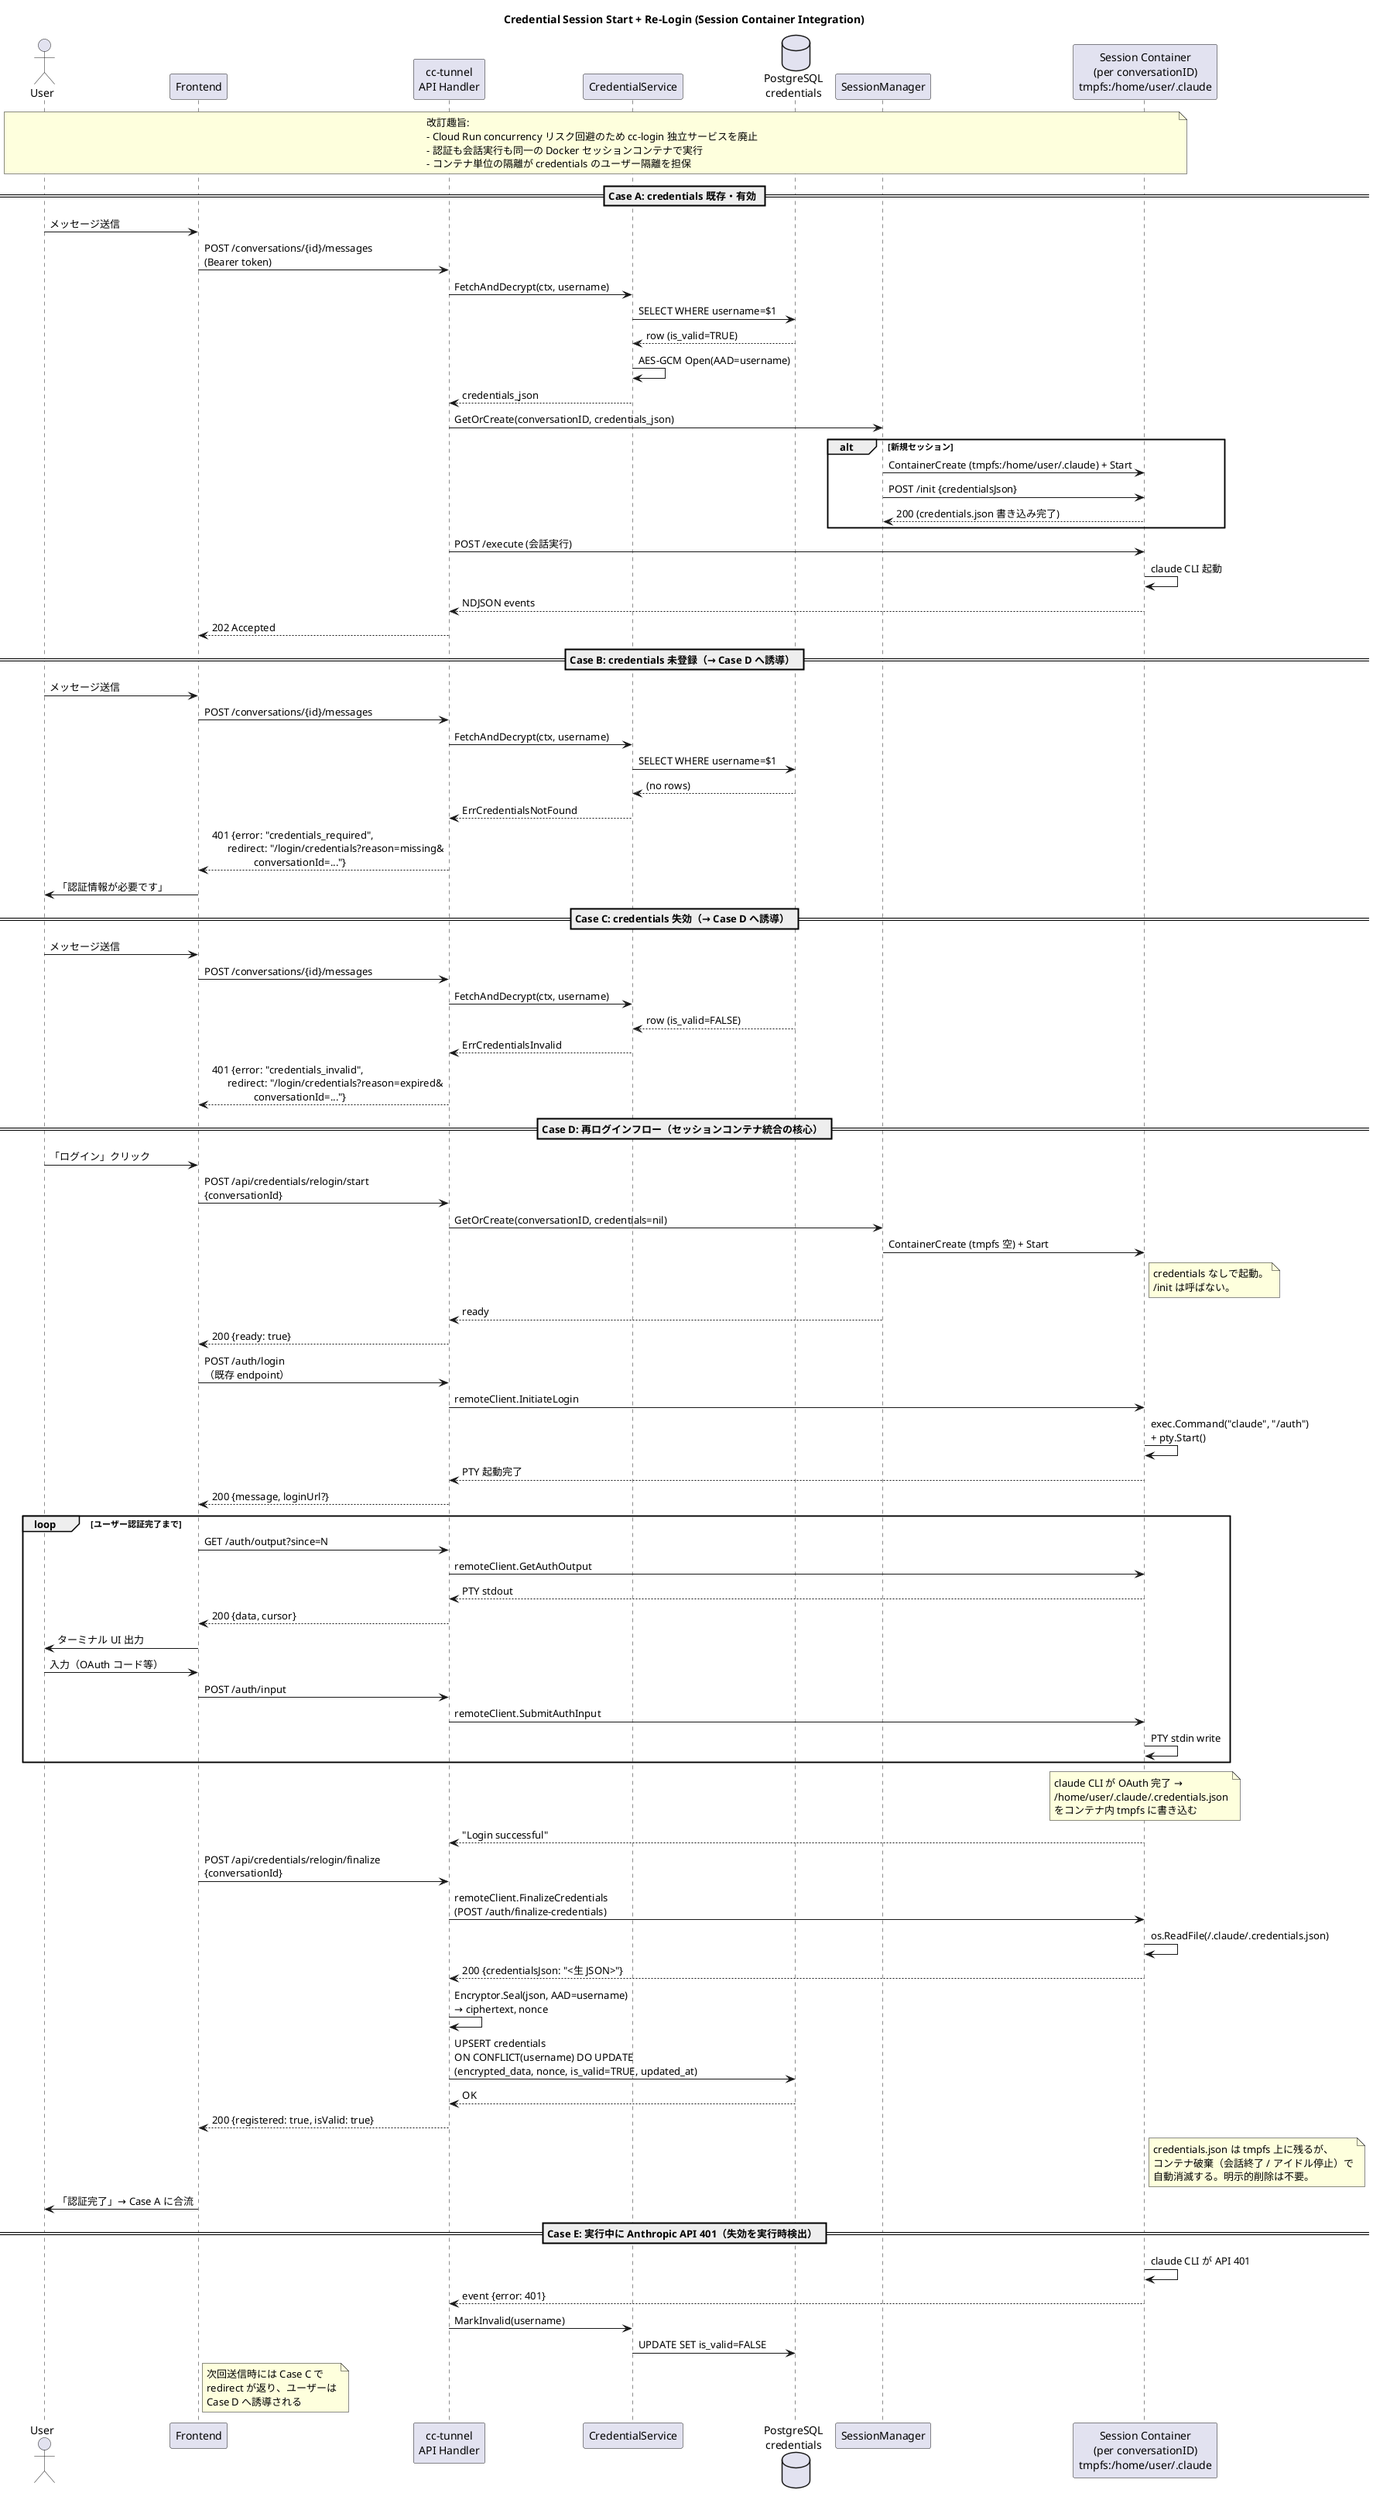
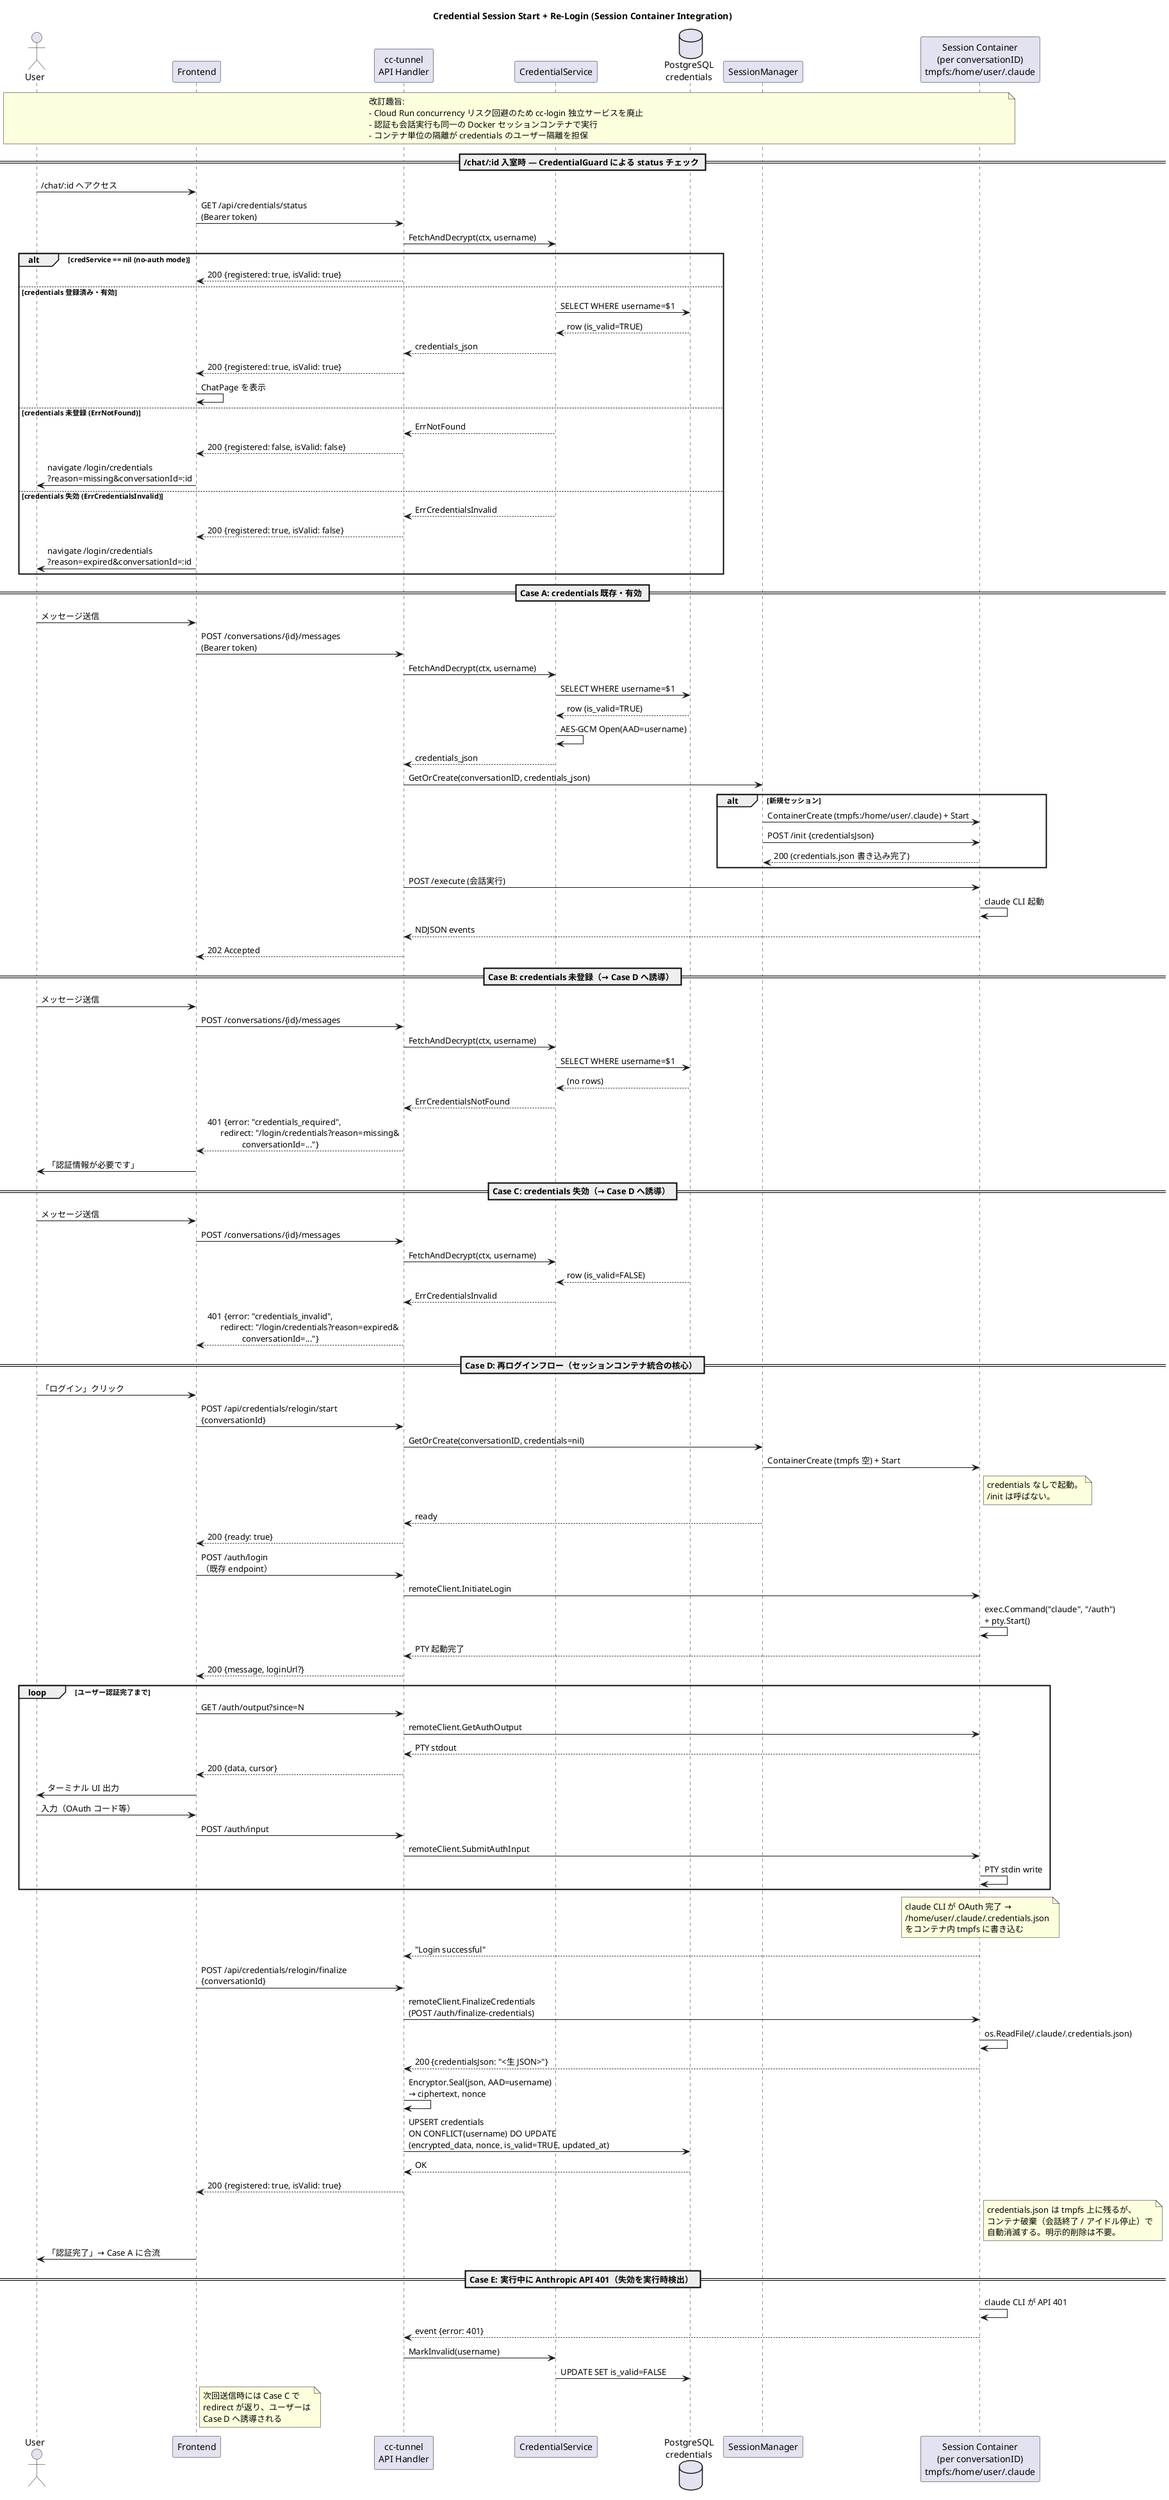
@startuml credential_session_start_sequence
' cc-tunnel セッション開始 + 再ログインフロー（セッションコンテナ統合方式・改訂版）

title Credential Session Start + Re-Login (Session Container Integration)

actor "User" as user
participant "Frontend" as fe
participant "cc-tunnel\nAPI Handler" as handler
participant "CredentialService" as credsvc
database "PostgreSQL\ncredentials" as db
participant "SessionManager" as sm
participant "Session Container\n(per conversationID)\ntmpfs:/home/user/.claude" as container

note over user, container
  改訂趣旨:
  - Cloud Run concurrency リスク回避のため cc-login 独立サービスを廃止
  - 認証も会話実行も同一の Docker セッションコンテナで実行
  - コンテナ単位の隔離が credentials のユーザー隔離を担保
end note
+ 
+ == /chat/:id 入室時 — CredentialGuard による status チェック ==
+ 
+ user -> fe : /chat/:id へアクセス
+ fe -> handler : GET /api/credentials/status\n(Bearer token)
+ handler -> credsvc : FetchAndDecrypt(ctx, username)
+ 
+ alt credService == nil (no-auth mode)
+   handler --> fe : 200 {registered: true, isValid: true}
+ else credentials 登録済み・有効
+   credsvc -> db : SELECT WHERE username=$1
+   db --> credsvc : row (is_valid=TRUE)
+   credsvc --> handler : credentials_json
+   handler --> fe : 200 {registered: true, isValid: true}
+   fe -> fe : ChatPage を表示
+ else credentials 未登録 (ErrNotFound)
+   credsvc --> handler : ErrNotFound
+   handler --> fe : 200 {registered: false, isValid: false}
+   fe -> user : navigate /login/credentials\n?reason=missing&conversationId=:id
+ else credentials 失効 (ErrCredentialsInvalid)
+   credsvc --> handler : ErrCredentialsInvalid
+   handler --> fe : 200 {registered: true, isValid: false}
+   fe -> user : navigate /login/credentials\n?reason=expired&conversationId=:id
+ end

== Case A: credentials 既存・有効 ==

user -> fe : メッセージ送信
fe -> handler : POST /conversations/{id}/messages\n(Bearer token)
handler -> credsvc : FetchAndDecrypt(ctx, username)
credsvc -> db : SELECT WHERE username=$1
db --> credsvc : row (is_valid=TRUE)
credsvc -> credsvc : AES-GCM Open(AAD=username)
credsvc --> handler : credentials_json
handler -> sm : GetOrCreate(conversationID, credentials_json)

alt 新規セッション
  sm -> container : ContainerCreate (tmpfs:/home/user/.claude) + Start
  sm -> container : POST /init {credentialsJson}
  container --> sm : 200 (credentials.json 書き込み完了)
end

handler -> container : POST /execute (会話実行)
container -> container : claude CLI 起動
container --> handler : NDJSON events
handler --> fe : 202 Accepted

== Case B: credentials 未登録（→ Case D へ誘導） ==

user -> fe : メッセージ送信
fe -> handler : POST /conversations/{id}/messages
handler -> credsvc : FetchAndDecrypt(ctx, username)
credsvc -> db : SELECT WHERE username=$1
db --> credsvc : (no rows)
credsvc --> handler : ErrCredentialsNotFound
handler --> fe : 401 {error: "credentials_required",\n      redirect: "/login/credentials?reason=missing&\n                conversationId=..."}
fe -> user : 「認証情報が必要です」

== Case C: credentials 失効（→ Case D へ誘導） ==

user -> fe : メッセージ送信
fe -> handler : POST /conversations/{id}/messages
handler -> credsvc : FetchAndDecrypt(ctx, username)
db --> credsvc : row (is_valid=FALSE)
credsvc --> handler : ErrCredentialsInvalid
handler --> fe : 401 {error: "credentials_invalid",\n      redirect: "/login/credentials?reason=expired&\n                conversationId=..."}

== Case D: 再ログインフロー（セッションコンテナ統合の核心） ==

user -> fe : 「ログイン」クリック
fe -> handler : POST /api/credentials/relogin/start\n{conversationId}
handler -> sm : GetOrCreate(conversationID, credentials=nil)
sm -> container : ContainerCreate (tmpfs 空) + Start
note right of container
  credentials なしで起動。
  /init は呼ばない。
end note
sm --> handler : ready
handler --> fe : 200 {ready: true}

fe -> handler : POST /auth/login\n（既存 endpoint）
handler -> container : remoteClient.InitiateLogin
container -> container : exec.Command("claude", "/auth")\n+ pty.Start()
container --> handler : PTY 起動完了
handler --> fe : 200 {message, loginUrl?}

loop ユーザー認証完了まで
  fe -> handler : GET /auth/output?since=N
  handler -> container : remoteClient.GetAuthOutput
  container --> handler : PTY stdout
  handler --> fe : 200 {data, cursor}
  fe -> user : ターミナル UI 出力

  user -> fe : 入力（OAuth コード等）
  fe -> handler : POST /auth/input
  handler -> container : remoteClient.SubmitAuthInput
  container -> container : PTY stdin write
end

note over container
  claude CLI が OAuth 完了 →
  /home/user/.claude/.credentials.json
  をコンテナ内 tmpfs に書き込む
end note

container --> handler : "Login successful"

fe -> handler : POST /api/credentials/relogin/finalize\n{conversationId}
handler -> container : remoteClient.FinalizeCredentials\n(POST /auth/finalize-credentials)
container -> container : os.ReadFile(~/.claude/.credentials.json)
container --> handler : 200 {credentialsJson: "<生 JSON>"}
handler -> handler : Encryptor.Seal(json, AAD=username)\n→ ciphertext, nonce
handler -> db : UPSERT credentials\nON CONFLICT(username) DO UPDATE\n(encrypted_data, nonce, is_valid=TRUE, updated_at)
db --> handler : OK
handler --> fe : 200 {registered: true, isValid: true}

note right of container
  credentials.json は tmpfs 上に残るが、
  コンテナ破棄（会話終了 / アイドル停止）で
  自動消滅する。明示的削除は不要。
end note

fe -> user : 「認証完了」→ Case A に合流

== Case E: 実行中に Anthropic API 401（失効を実行時検出） ==

container -> container : claude CLI が API 401
container --> handler : event {error: 401}
handler -> credsvc : MarkInvalid(username)
credsvc -> db : UPDATE SET is_valid=FALSE
note right of fe
  次回送信時には Case C で
  redirect が返り、ユーザーは
  Case D へ誘導される
end note

@enduml
